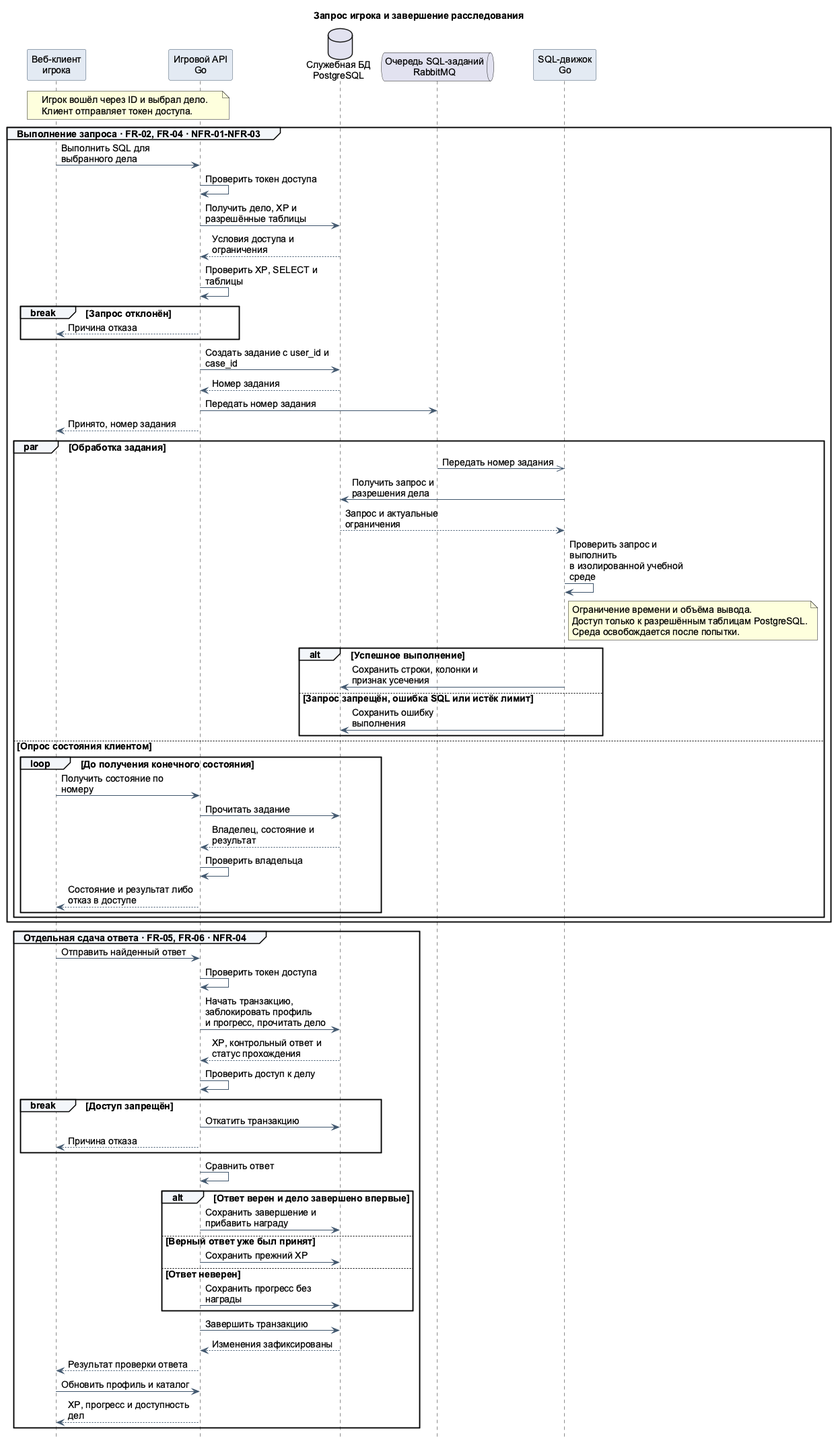
This is assets/query-sequence.png from cicada-pops/vkr, a PlantUML export, as it was before one commit. The source it was exported from:
```plantuml
@startuml
skinparam defaultFontName Arial
skinparam defaultFontSize 14
skinparam backgroundColor white
skinparam shadowing false
skinparam ArrowColor #40566D
skinparam sequenceParticipantBackgroundColor #E3EAF3
skinparam sequenceParticipantBorderColor #40566D
skinparam sequenceGroupBackgroundColor #F3F6FA
skinparam maxMessageSize 200
hide footbox
title Запрос игрока и завершение расследования
participant "Веб-клиент\nигрока" as Client
participant "Игровой API\nGo" as API
database "Служебная БД\nPostgreSQL" as DB
queue "Очередь SQL-заданий\nRabbitMQ" as Queue
participant "SQL-движок\nGo" as Engine
note over Client, API
  Игрок вошёл через ID и выбрал дело.
  Клиент отправляет токен доступа.
end note
group Выполнение запроса · FR-02, FR-04 · NFR-01-NFR-03
Client -> API : Выполнить SQL для выбранного дела
API -> API : Проверить токен доступа
API -> DB : Получить дело, XP и разрешённые таблицы
DB --> API : Условия доступа и ограничения
API -> API : Проверить XP, SELECT и таблицы
break Запрос отклонён
  API --> Client : Причина отказа
end
API -> DB : Создать задание с user_id и case_id
DB --> API : Номер задания
API -> Queue : Передать номер задания
API --> Client : Принято, номер задания
par Обработка задания
Queue ->> Engine : Передать номер задания
Engine -> DB : Получить запрос и разрешения дела
DB --> Engine : Запрос и актуальные ограничения
Engine -> Engine : Проверить запрос и выполнить\nв изолированной учебной среде
note right of Engine
  Ограничение времени и объёма вывода.
  Доступ только к разрешённым таблицам PostgreSQL.
  Среда освобождается после попытки.
end note
alt Успешное выполнение
  Engine -> DB : Сохранить строки, колонки и признак усечения
else Запрос запрещён, ошибка SQL или истёк лимит
  Engine -> DB : Сохранить ошибку выполнения
end
else Опрос состояния клиентом
loop До получения конечного состояния
  Client -> API : Получить состояние по номеру
  API -> DB : Прочитать задание
  DB --> API : Владелец, состояние и результат
  API -> API : Проверить владельца
  API --> Client : Состояние и результат либо отказ в доступе
end
end
end
group Отдельная сдача ответа · FR-05, FR-06 · NFR-04
Client -> API : Отправить найденный ответ
API -> API : Проверить токен доступа
API -> DB : Начать транзакцию, заблокировать профиль\nи прогресс, прочитать дело
DB --> API : XP, контрольный ответ и статус прохождения
API -> API : Проверить доступ к делу
break Доступ запрещён
  API -> DB : Откатить транзакцию
  API --> Client : Причина отказа
end
API -> API : Сравнить ответ
alt Ответ верен и дело завершено впервые
  API -> DB : Сохранить завершение и прибавить награду
else Верный ответ уже был принят
  API -> DB : Сохранить прежний XP
else Ответ неверен
  API -> DB : Сохранить прогресс без награды
end
API -> DB : Завершить транзакцию
DB --> API : Изменения зафиксированы
API --> Client : Результат проверки ответа
Client -> API : Обновить профиль и каталог
API --> Client : XP, прогресс и доступность дел
end
@enduml
```
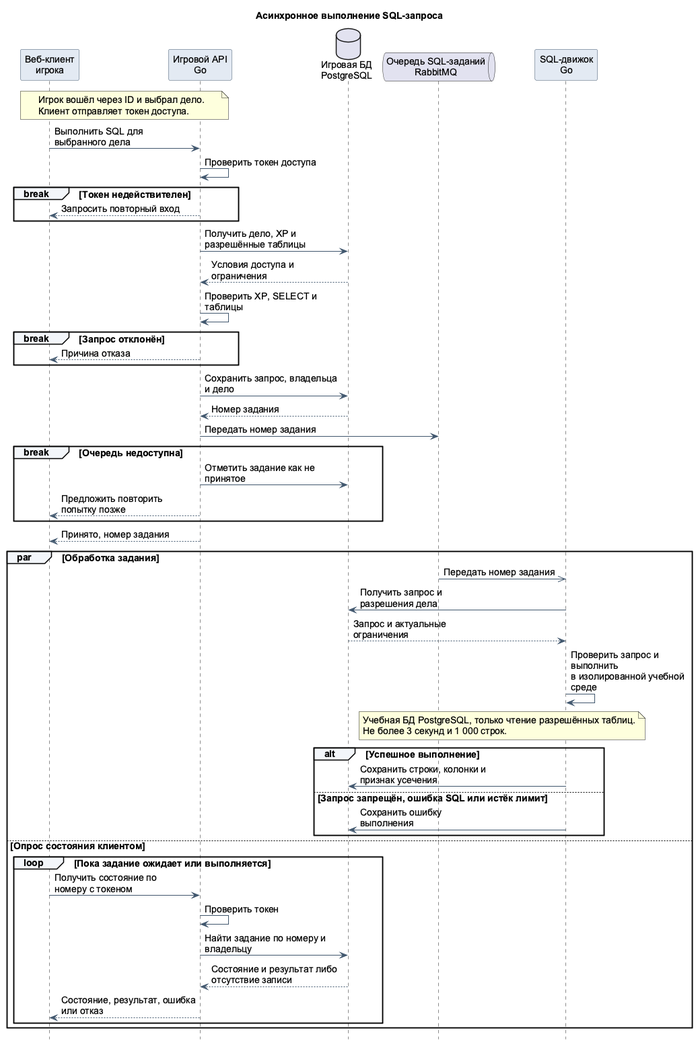
Later version of the same file.

Diff of the diagram source:
```diff
@@ -9,38 +9,43 @@
 skinparam sequenceGroupBackgroundColor #F3F6FA
 skinparam maxMessageSize 200
 hide footbox
-title Запрос игрока и завершение расследования
+title Асинхронное выполнение SQL-запроса
 participant "Веб-клиент\nигрока" as Client
 participant "Игровой API\nGo" as API
-database "Служебная БД\nPostgreSQL" as DB
+database "Игровая БД\nPostgreSQL" as DB
 queue "Очередь SQL-заданий\nRabbitMQ" as Queue
 participant "SQL-движок\nGo" as Engine
 note over Client, API
   Игрок вошёл через ID и выбрал дело.
   Клиент отправляет токен доступа.
 end note
-group Выполнение запроса · FR-02, FR-04 · NFR-01-NFR-03
 Client -> API : Выполнить SQL для выбранного дела
 API -> API : Проверить токен доступа
+break Токен недействителен
+  API --> Client : Запросить повторный вход
+end
 API -> DB : Получить дело, XP и разрешённые таблицы
 DB --> API : Условия доступа и ограничения
 API -> API : Проверить XP, SELECT и таблицы
 break Запрос отклонён
   API --> Client : Причина отказа
 end
-API -> DB : Создать задание с user_id и case_id
+API -> DB : Сохранить запрос, владельца и дело
 DB --> API : Номер задания
 API -> Queue : Передать номер задания
+break Очередь недоступна
+  API -> DB : Отметить задание как не принятое
+  API --> Client : Предложить повторить попытку позже
+end
 API --> Client : Принято, номер задания
 par Обработка задания
 Queue ->> Engine : Передать номер задания
 Engine -> DB : Получить запрос и разрешения дела
 DB --> Engine : Запрос и актуальные ограничения
 Engine -> Engine : Проверить запрос и выполнить\nв изолированной учебной среде
-note right of Engine
-  Ограничение времени и объёма вывода.
-  Доступ только к разрешённым таблицам PostgreSQL.
-  Среда освобождается после попытки.
+note over Queue, Engine
+  Учебная БД PostgreSQL, только чтение разрешённых таблиц.
+  Не более 3 секунд и 1 000 строк.
 end note
 alt Успешное выполнение
   Engine -> DB : Сохранить строки, колонки и признак усечения
@@ -48,37 +53,12 @@
   Engine -> DB : Сохранить ошибку выполнения
 end
 else Опрос состояния клиентом
-loop До получения конечного состояния
-  Client -> API : Получить состояние по номеру
-  API -> DB : Прочитать задание
-  DB --> API : Владелец, состояние и результат
-  API -> API : Проверить владельца
-  API --> Client : Состояние и результат либо отказ в доступе
+loop Пока задание ожидает или выполняется
+  Client -> API : Получить состояние по номеру с токеном
+  API -> API : Проверить токен
+  API -> DB : Найти задание по номеру и владельцу
+  DB --> API : Состояние и результат либо отсутствие записи
+  API --> Client : Состояние, результат, ошибка или отказ
 end
 end
-end
-group Отдельная сдача ответа · FR-05, FR-06 · NFR-04
-Client -> API : Отправить найденный ответ
-API -> API : Проверить токен доступа
-API -> DB : Начать транзакцию, заблокировать профиль\nи прогресс, прочитать дело
-DB --> API : XP, контрольный ответ и статус прохождения
-API -> API : Проверить доступ к делу
-break Доступ запрещён
-  API -> DB : Откатить транзакцию
-  API --> Client : Причина отказа
-end
-API -> API : Сравнить ответ
-alt Ответ верен и дело завершено впервые
-  API -> DB : Сохранить завершение и прибавить награду
-else Верный ответ уже был принят
-  API -> DB : Сохранить прежний XP
-else Ответ неверен
-  API -> DB : Сохранить прогресс без награды
-end
-API -> DB : Завершить транзакцию
-DB --> API : Изменения зафиксированы
-API --> Client : Результат проверки ответа
-Client -> API : Обновить профиль и каталог
-API --> Client : XP, прогресс и доступность дел
-end
 @enduml
```
